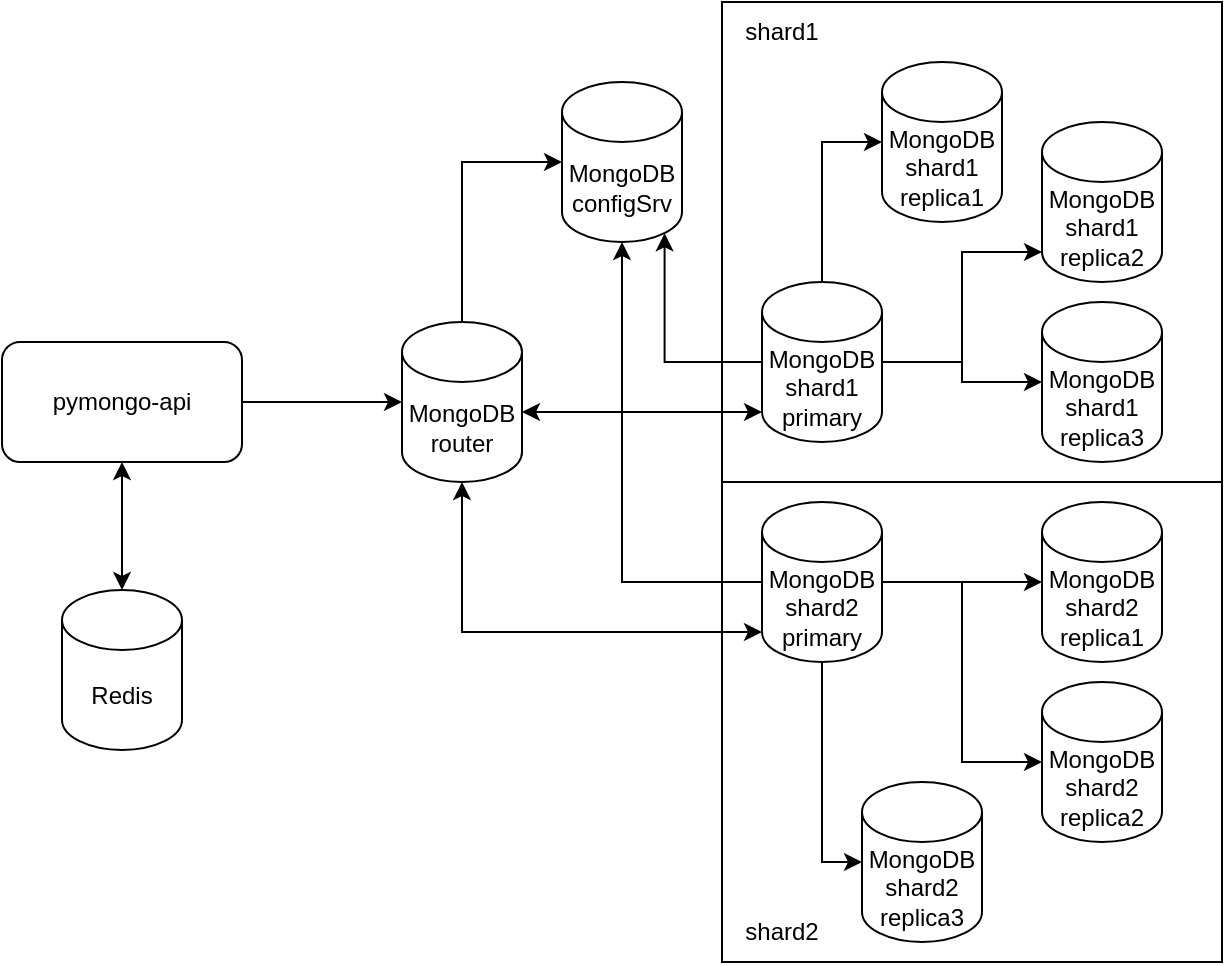
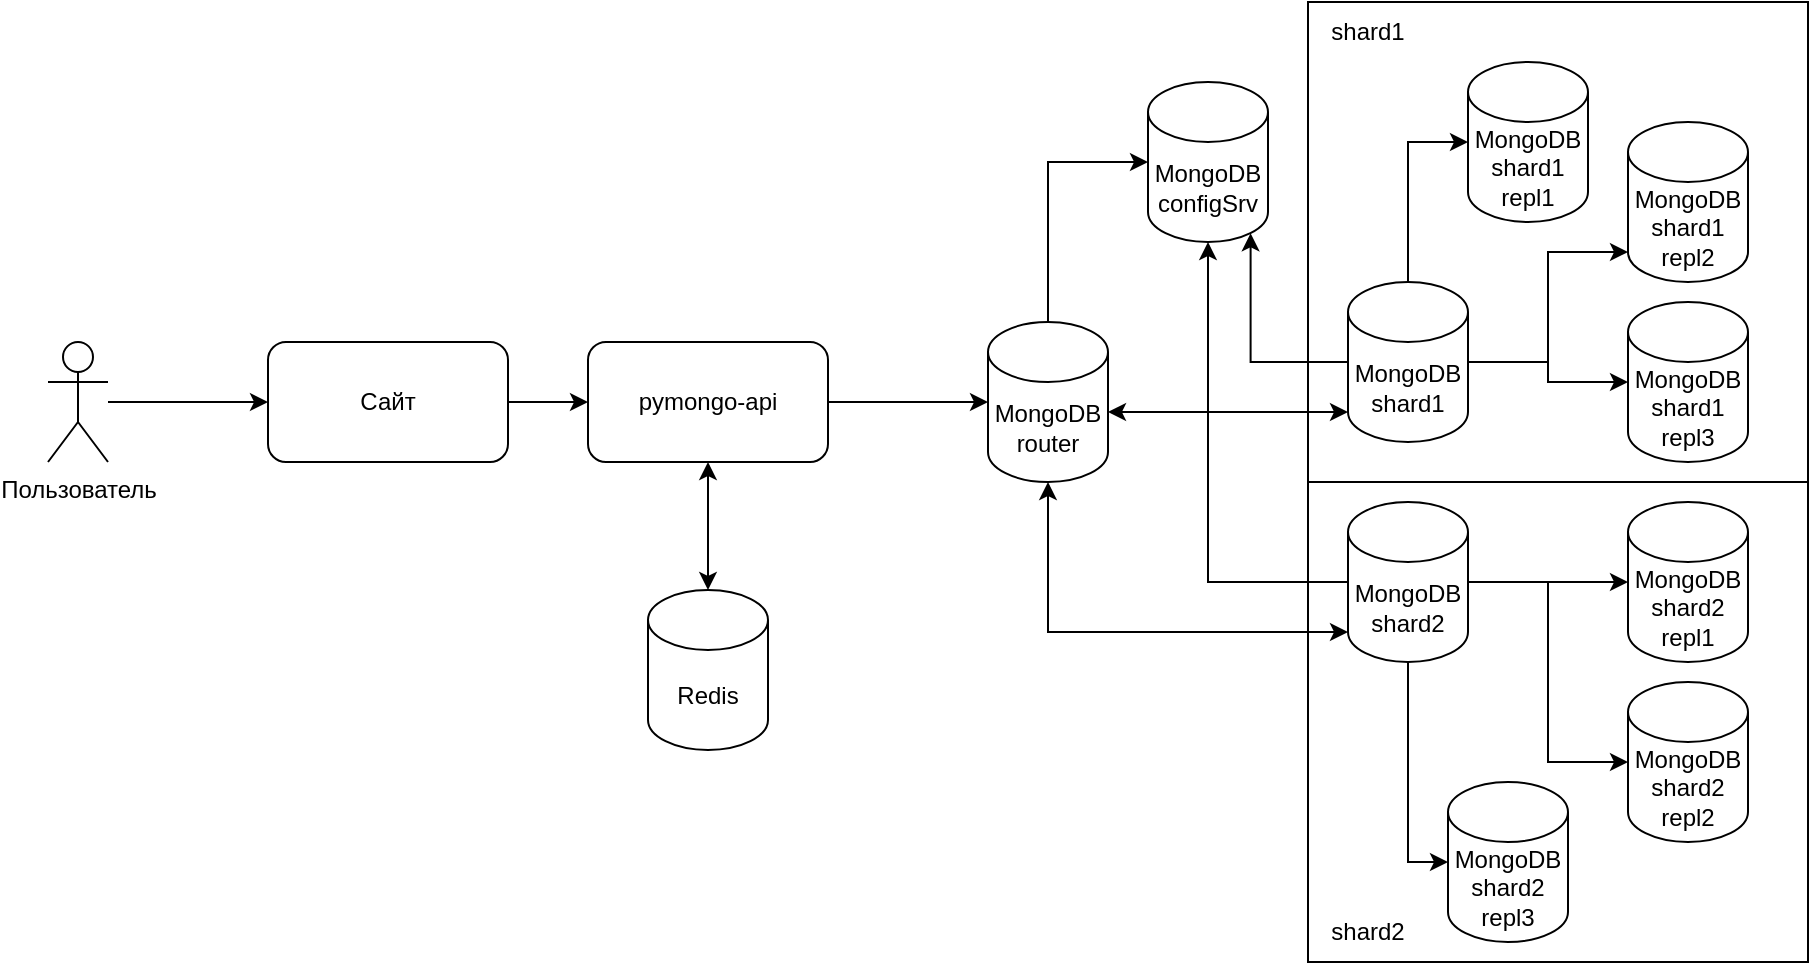
<mxfile host="app.diagrams.net" agent="Mozilla/5.0 (Macintosh; Intel Mac OS X 10_15_7) AppleWebKit/537.36 (KHTML, like Gecko) Chrome/134.0.0.0 YaBrowser/25.4.0.0 Safari/537.36" version="27.1.1">
  <diagram name="Page-1" id="-H_mtQnk-PTXWXPvYvuk">
    <mxGraphModel dx="786" dy="434" grid="1" gridSize="10" guides="1" tooltips="1" connect="1" arrows="1" fold="1" page="1" pageScale="1" pageWidth="1169" pageHeight="827" math="0" shadow="0">
      <root>
        <mxCell id="0" />
        <mxCell id="1" parent="0" />
        <mxCell id="jXyv-CoIJQ1HQ3xbFtJq-2" value="" style="rounded=0;whiteSpace=wrap;html=1;" parent="1" vertex="1">
          <mxGeometry x="720" y="360" width="250" height="240" as="geometry" />
        </mxCell>
        <mxCell id="jXyv-CoIJQ1HQ3xbFtJq-1" value="" style="rounded=0;whiteSpace=wrap;html=1;" parent="1" vertex="1">
          <mxGeometry x="720" y="120" width="250" height="240" as="geometry" />
        </mxCell>
        <mxCell id="zA23MoTUsTF4_91t8viU-2" value="MongoDB&lt;div&gt;router&lt;/div&gt;" style="shape=cylinder3;whiteSpace=wrap;html=1;boundedLbl=1;backgroundOutline=1;size=15;" parent="1" vertex="1">
          <mxGeometry x="560" y="280" width="60" height="80" as="geometry" />
        </mxCell>
        <mxCell id="zA23MoTUsTF4_91t8viU-3" value="pymongo-api" style="rounded=1;whiteSpace=wrap;html=1;" parent="1" vertex="1">
          <mxGeometry x="360" y="290" width="120" height="60" as="geometry" />
        </mxCell>
        <mxCell id="zA23MoTUsTF4_91t8viU-4" style="edgeStyle=orthogonalEdgeStyle;rounded=0;orthogonalLoop=1;jettySize=auto;html=1;exitX=1;exitY=0.5;exitDx=0;exitDy=0;entryX=0;entryY=0.5;entryDx=0;entryDy=0;entryPerimeter=0;" parent="1" source="zA23MoTUsTF4_91t8viU-3" target="zA23MoTUsTF4_91t8viU-2" edge="1">
          <mxGeometry relative="1" as="geometry" />
        </mxCell>
        <mxCell id="AVGbyAcTS6kZ9O5piN1C-1" value="MongoDB&lt;div&gt;configSrv&lt;/div&gt;" style="shape=cylinder3;whiteSpace=wrap;html=1;boundedLbl=1;backgroundOutline=1;size=15;" parent="1" vertex="1">
          <mxGeometry x="640" y="160" width="60" height="80" as="geometry" />
        </mxCell>
        <mxCell id="xZHQX0f48RQbcs6oGTOz-9" style="edgeStyle=orthogonalEdgeStyle;rounded=0;orthogonalLoop=1;jettySize=auto;html=1;" parent="1" source="AVGbyAcTS6kZ9O5piN1C-2" target="xZHQX0f48RQbcs6oGTOz-6" edge="1">
          <mxGeometry relative="1" as="geometry" />
        </mxCell>
-         <mxCell id="AVGbyAcTS6kZ9O5piN1C-2" value="MongoDB&lt;div&gt;shard1&lt;/div&gt;&lt;div&gt;primary&lt;/div&gt;" style="shape=cylinder3;whiteSpace=wrap;html=1;boundedLbl=1;backgroundOutline=1;size=15;" parent="1" vertex="1">
+         <mxCell id="AVGbyAcTS6kZ9O5piN1C-2" value="MongoDB&lt;div&gt;shard1&lt;/div&gt;" style="shape=cylinder3;whiteSpace=wrap;html=1;boundedLbl=1;backgroundOutline=1;size=15;" parent="1" vertex="1">
          <mxGeometry x="740" y="260" width="60" height="80" as="geometry" />
        </mxCell>
-         <mxCell id="AVGbyAcTS6kZ9O5piN1C-3" value="MongoDB&lt;div&gt;shard2&lt;/div&gt;&lt;div&gt;primary&lt;/div&gt;" style="shape=cylinder3;whiteSpace=wrap;html=1;boundedLbl=1;backgroundOutline=1;size=15;" parent="1" vertex="1">
+         <mxCell id="AVGbyAcTS6kZ9O5piN1C-3" value="MongoDB&lt;div&gt;shard2&lt;/div&gt;" style="shape=cylinder3;whiteSpace=wrap;html=1;boundedLbl=1;backgroundOutline=1;size=15;" parent="1" vertex="1">
          <mxGeometry x="740" y="370" width="60" height="80" as="geometry" />
        </mxCell>
        <mxCell id="AVGbyAcTS6kZ9O5piN1C-4" style="edgeStyle=orthogonalEdgeStyle;rounded=0;orthogonalLoop=1;jettySize=auto;html=1;entryX=0;entryY=0.5;entryDx=0;entryDy=0;entryPerimeter=0;exitX=0.5;exitY=0;exitDx=0;exitDy=0;exitPerimeter=0;" parent="1" source="zA23MoTUsTF4_91t8viU-2" target="AVGbyAcTS6kZ9O5piN1C-1" edge="1">
          <mxGeometry relative="1" as="geometry">
            <Array as="points">
              <mxPoint x="590" y="200" />
            </Array>
          </mxGeometry>
        </mxCell>
        <mxCell id="AVGbyAcTS6kZ9O5piN1C-5" style="edgeStyle=orthogonalEdgeStyle;rounded=0;orthogonalLoop=1;jettySize=auto;html=1;entryX=0.855;entryY=1;entryDx=0;entryDy=-4.35;entryPerimeter=0;" parent="1" source="AVGbyAcTS6kZ9O5piN1C-2" target="AVGbyAcTS6kZ9O5piN1C-1" edge="1">
          <mxGeometry relative="1" as="geometry" />
        </mxCell>
        <mxCell id="AVGbyAcTS6kZ9O5piN1C-6" style="edgeStyle=orthogonalEdgeStyle;rounded=0;orthogonalLoop=1;jettySize=auto;html=1;entryX=0.5;entryY=1;entryDx=0;entryDy=0;entryPerimeter=0;" parent="1" source="AVGbyAcTS6kZ9O5piN1C-3" target="AVGbyAcTS6kZ9O5piN1C-1" edge="1">
          <mxGeometry relative="1" as="geometry" />
        </mxCell>
        <mxCell id="AVGbyAcTS6kZ9O5piN1C-7" style="edgeStyle=orthogonalEdgeStyle;rounded=0;orthogonalLoop=1;jettySize=auto;html=1;entryX=0;entryY=1;entryDx=0;entryDy=-15;entryPerimeter=0;startArrow=classic;startFill=1;" parent="1" source="zA23MoTUsTF4_91t8viU-2" target="AVGbyAcTS6kZ9O5piN1C-2" edge="1">
          <mxGeometry relative="1" as="geometry">
            <Array as="points">
              <mxPoint x="720" y="325" />
              <mxPoint x="720" y="325" />
            </Array>
          </mxGeometry>
        </mxCell>
        <mxCell id="AVGbyAcTS6kZ9O5piN1C-8" style="edgeStyle=orthogonalEdgeStyle;rounded=0;orthogonalLoop=1;jettySize=auto;html=1;entryX=0;entryY=1;entryDx=0;entryDy=-15;entryPerimeter=0;startArrow=classic;startFill=1;" parent="1" source="zA23MoTUsTF4_91t8viU-2" target="AVGbyAcTS6kZ9O5piN1C-3" edge="1">
          <mxGeometry relative="1" as="geometry">
            <Array as="points">
              <mxPoint x="590" y="435" />
            </Array>
          </mxGeometry>
        </mxCell>
-         <mxCell id="xZHQX0f48RQbcs6oGTOz-1" value="MongoDB&lt;div&gt;shard1&lt;/div&gt;&lt;div&gt;replica1&lt;/div&gt;" style="shape=cylinder3;whiteSpace=wrap;html=1;boundedLbl=1;backgroundOutline=1;size=15;" parent="1" vertex="1">
+         <mxCell id="xZHQX0f48RQbcs6oGTOz-1" value="MongoDB&lt;div&gt;shard1&lt;/div&gt;&lt;div&gt;repl1&lt;/div&gt;" style="shape=cylinder3;whiteSpace=wrap;html=1;boundedLbl=1;backgroundOutline=1;size=15;" parent="1" vertex="1">
          <mxGeometry x="800" y="150" width="60" height="80" as="geometry" />
        </mxCell>
-         <mxCell id="xZHQX0f48RQbcs6oGTOz-2" value="MongoDB&lt;div&gt;shard2&lt;/div&gt;&lt;div&gt;replica3&lt;/div&gt;" style="shape=cylinder3;whiteSpace=wrap;html=1;boundedLbl=1;backgroundOutline=1;size=15;" parent="1" vertex="1">
+         <mxCell id="xZHQX0f48RQbcs6oGTOz-2" value="MongoDB&lt;div&gt;shard2&lt;/div&gt;&lt;div&gt;repl3&lt;/div&gt;" style="shape=cylinder3;whiteSpace=wrap;html=1;boundedLbl=1;backgroundOutline=1;size=15;" parent="1" vertex="1">
          <mxGeometry x="790" y="510" width="60" height="80" as="geometry" />
        </mxCell>
-         <mxCell id="xZHQX0f48RQbcs6oGTOz-5" value="MongoDB&lt;div&gt;shard1&lt;/div&gt;&lt;div&gt;replica2&lt;/div&gt;" style="shape=cylinder3;whiteSpace=wrap;html=1;boundedLbl=1;backgroundOutline=1;size=15;" parent="1" vertex="1">
+         <mxCell id="xZHQX0f48RQbcs6oGTOz-5" value="MongoDB&lt;div&gt;shard1&lt;/div&gt;&lt;div&gt;repl2&lt;/div&gt;" style="shape=cylinder3;whiteSpace=wrap;html=1;boundedLbl=1;backgroundOutline=1;size=15;" parent="1" vertex="1">
          <mxGeometry x="880" y="180" width="60" height="80" as="geometry" />
        </mxCell>
-         <mxCell id="xZHQX0f48RQbcs6oGTOz-6" value="MongoDB&lt;div&gt;shard1&lt;/div&gt;&lt;div&gt;replica3&lt;/div&gt;" style="shape=cylinder3;whiteSpace=wrap;html=1;boundedLbl=1;backgroundOutline=1;size=15;" parent="1" vertex="1">
+         <mxCell id="xZHQX0f48RQbcs6oGTOz-6" value="MongoDB&lt;div&gt;shard1&lt;/div&gt;&lt;div&gt;repl3&lt;/div&gt;" style="shape=cylinder3;whiteSpace=wrap;html=1;boundedLbl=1;backgroundOutline=1;size=15;" parent="1" vertex="1">
          <mxGeometry x="880" y="270" width="60" height="80" as="geometry" />
        </mxCell>
        <mxCell id="xZHQX0f48RQbcs6oGTOz-7" style="edgeStyle=orthogonalEdgeStyle;rounded=0;orthogonalLoop=1;jettySize=auto;html=1;entryX=0;entryY=0.5;entryDx=0;entryDy=0;entryPerimeter=0;" parent="1" source="AVGbyAcTS6kZ9O5piN1C-2" target="xZHQX0f48RQbcs6oGTOz-1" edge="1">
          <mxGeometry relative="1" as="geometry" />
        </mxCell>
        <mxCell id="xZHQX0f48RQbcs6oGTOz-8" style="edgeStyle=orthogonalEdgeStyle;rounded=0;orthogonalLoop=1;jettySize=auto;html=1;entryX=0;entryY=1;entryDx=0;entryDy=-15;entryPerimeter=0;" parent="1" source="AVGbyAcTS6kZ9O5piN1C-2" target="xZHQX0f48RQbcs6oGTOz-5" edge="1">
          <mxGeometry relative="1" as="geometry" />
        </mxCell>
-         <mxCell id="xZHQX0f48RQbcs6oGTOz-10" value="MongoDB&lt;div&gt;shard2&lt;/div&gt;&lt;div&gt;replica2&lt;/div&gt;" style="shape=cylinder3;whiteSpace=wrap;html=1;boundedLbl=1;backgroundOutline=1;size=15;" parent="1" vertex="1">
+         <mxCell id="xZHQX0f48RQbcs6oGTOz-10" value="MongoDB&lt;div&gt;shard2&lt;/div&gt;&lt;div&gt;repl2&lt;/div&gt;" style="shape=cylinder3;whiteSpace=wrap;html=1;boundedLbl=1;backgroundOutline=1;size=15;" parent="1" vertex="1">
          <mxGeometry x="880" y="460" width="60" height="80" as="geometry" />
        </mxCell>
-         <mxCell id="xZHQX0f48RQbcs6oGTOz-11" value="MongoDB&lt;div&gt;shard2&lt;/div&gt;&lt;div&gt;replica1&lt;/div&gt;" style="shape=cylinder3;whiteSpace=wrap;html=1;boundedLbl=1;backgroundOutline=1;size=15;" parent="1" vertex="1">
+         <mxCell id="xZHQX0f48RQbcs6oGTOz-11" value="MongoDB&lt;div&gt;shard2&lt;/div&gt;&lt;div&gt;repl1&lt;/div&gt;" style="shape=cylinder3;whiteSpace=wrap;html=1;boundedLbl=1;backgroundOutline=1;size=15;" parent="1" vertex="1">
          <mxGeometry x="880" y="370" width="60" height="80" as="geometry" />
        </mxCell>
        <mxCell id="xZHQX0f48RQbcs6oGTOz-12" style="edgeStyle=orthogonalEdgeStyle;rounded=0;orthogonalLoop=1;jettySize=auto;html=1;entryX=0;entryY=0.5;entryDx=0;entryDy=0;entryPerimeter=0;" parent="1" source="AVGbyAcTS6kZ9O5piN1C-3" target="xZHQX0f48RQbcs6oGTOz-2" edge="1">
          <mxGeometry relative="1" as="geometry" />
        </mxCell>
        <mxCell id="xZHQX0f48RQbcs6oGTOz-13" style="edgeStyle=orthogonalEdgeStyle;rounded=0;orthogonalLoop=1;jettySize=auto;html=1;entryX=0;entryY=0.5;entryDx=0;entryDy=0;entryPerimeter=0;" parent="1" source="AVGbyAcTS6kZ9O5piN1C-3" target="xZHQX0f48RQbcs6oGTOz-11" edge="1">
          <mxGeometry relative="1" as="geometry" />
        </mxCell>
        <mxCell id="xZHQX0f48RQbcs6oGTOz-14" style="edgeStyle=orthogonalEdgeStyle;rounded=0;orthogonalLoop=1;jettySize=auto;html=1;entryX=0;entryY=0.5;entryDx=0;entryDy=0;entryPerimeter=0;" parent="1" source="AVGbyAcTS6kZ9O5piN1C-3" target="xZHQX0f48RQbcs6oGTOz-10" edge="1">
          <mxGeometry relative="1" as="geometry" />
        </mxCell>
        <mxCell id="jXyv-CoIJQ1HQ3xbFtJq-3" value="shard1" style="text;html=1;align=center;verticalAlign=middle;whiteSpace=wrap;rounded=0;" parent="1" vertex="1">
          <mxGeometry x="720" y="120" width="60" height="30" as="geometry" />
        </mxCell>
        <mxCell id="jXyv-CoIJQ1HQ3xbFtJq-4" value="shard2" style="text;html=1;align=center;verticalAlign=middle;whiteSpace=wrap;rounded=0;" parent="1" vertex="1">
          <mxGeometry x="720" y="570" width="60" height="30" as="geometry" />
        </mxCell>
-         <mxCell id="YSiM_6Mfi4ezc2gbpj4i-1" value="Redis" style="shape=cylinder3;whiteSpace=wrap;html=1;boundedLbl=1;backgroundOutline=1;size=15;" vertex="1" parent="1">
+         <mxCell id="YSiM_6Mfi4ezc2gbpj4i-1" value="Redis" style="shape=cylinder3;whiteSpace=wrap;html=1;boundedLbl=1;backgroundOutline=1;size=15;" parent="1" vertex="1">
          <mxGeometry x="390" y="414" width="60" height="80" as="geometry" />
        </mxCell>
-         <mxCell id="YSiM_6Mfi4ezc2gbpj4i-2" style="edgeStyle=orthogonalEdgeStyle;rounded=0;orthogonalLoop=1;jettySize=auto;html=1;entryX=0.5;entryY=0;entryDx=0;entryDy=0;entryPerimeter=0;startArrow=classic;startFill=1;" edge="1" parent="1" source="zA23MoTUsTF4_91t8viU-3" target="YSiM_6Mfi4ezc2gbpj4i-1">
+         <mxCell id="YSiM_6Mfi4ezc2gbpj4i-2" style="edgeStyle=orthogonalEdgeStyle;rounded=0;orthogonalLoop=1;jettySize=auto;html=1;entryX=0.5;entryY=0;entryDx=0;entryDy=0;entryPerimeter=0;startArrow=classic;startFill=1;" parent="1" source="zA23MoTUsTF4_91t8viU-3" target="YSiM_6Mfi4ezc2gbpj4i-1" edge="1">
          <mxGeometry relative="1" as="geometry" />
+         </mxCell>
+         <mxCell id="Tz2dfaGnEfK_vLN-CDTB-4" style="edgeStyle=orthogonalEdgeStyle;rounded=0;orthogonalLoop=1;jettySize=auto;html=1;" parent="1" source="Tz2dfaGnEfK_vLN-CDTB-1" target="zA23MoTUsTF4_91t8viU-3" edge="1">
+           <mxGeometry relative="1" as="geometry" />
+         </mxCell>
+         <mxCell id="Tz2dfaGnEfK_vLN-CDTB-1" value="Сайт" style="rounded=1;whiteSpace=wrap;html=1;" parent="1" vertex="1">
+           <mxGeometry x="200" y="290" width="120" height="60" as="geometry" />
+         </mxCell>
+         <mxCell id="Tz2dfaGnEfK_vLN-CDTB-3" style="edgeStyle=orthogonalEdgeStyle;rounded=0;orthogonalLoop=1;jettySize=auto;html=1;" parent="1" source="Tz2dfaGnEfK_vLN-CDTB-2" target="Tz2dfaGnEfK_vLN-CDTB-1" edge="1">
+           <mxGeometry relative="1" as="geometry" />
+         </mxCell>
+         <mxCell id="Tz2dfaGnEfK_vLN-CDTB-2" value="Пользователь" style="shape=umlActor;verticalLabelPosition=bottom;verticalAlign=top;html=1;outlineConnect=0;" parent="1" vertex="1">
+           <mxGeometry x="90" y="290" width="30" height="60" as="geometry" />
        </mxCell>
      </root>
    </mxGraphModel>
  </diagram>
</mxfile>
